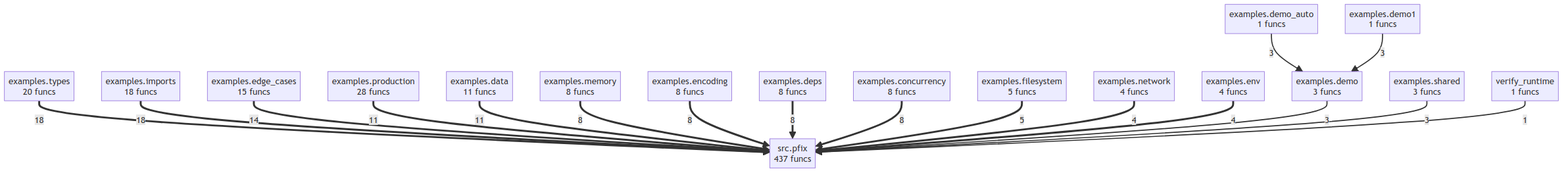
This is project/compact_flow.png from semcod/pfix, a Mermaid export, as it was before one commit. Its source is kept beside it as project/compact_flow.mmd.
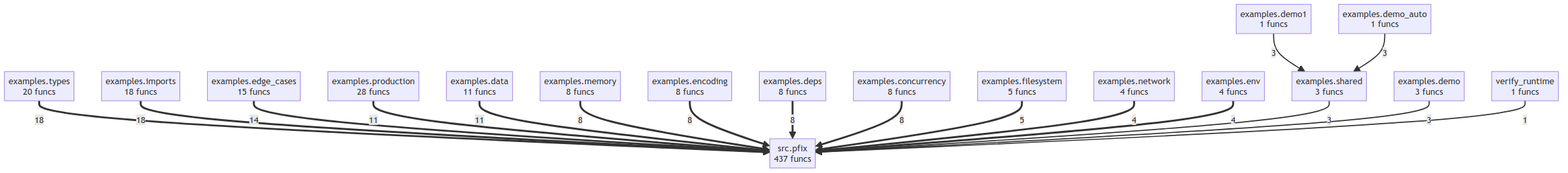
The same file after the commit.

What changed in the source:
```diff
@@ -29,8 +29,8 @@
     examples__filesystem ==>|5| src__pfix
     examples__network ==>|4| src__pfix
     examples__env ==>|4| src__pfix
-    examples__demo_auto -->|3| examples__demo
-    examples__demo1 -->|3| examples__demo
+    examples__demo1 -->|3| examples__shared
+    examples__demo_auto -->|3| examples__shared
+    examples__shared -->|3| src__pfix
     examples__demo -->|3| src__pfix
-    examples__shared -->|3| src__pfix
     verify_runtime -->|1| src__pfix
```
